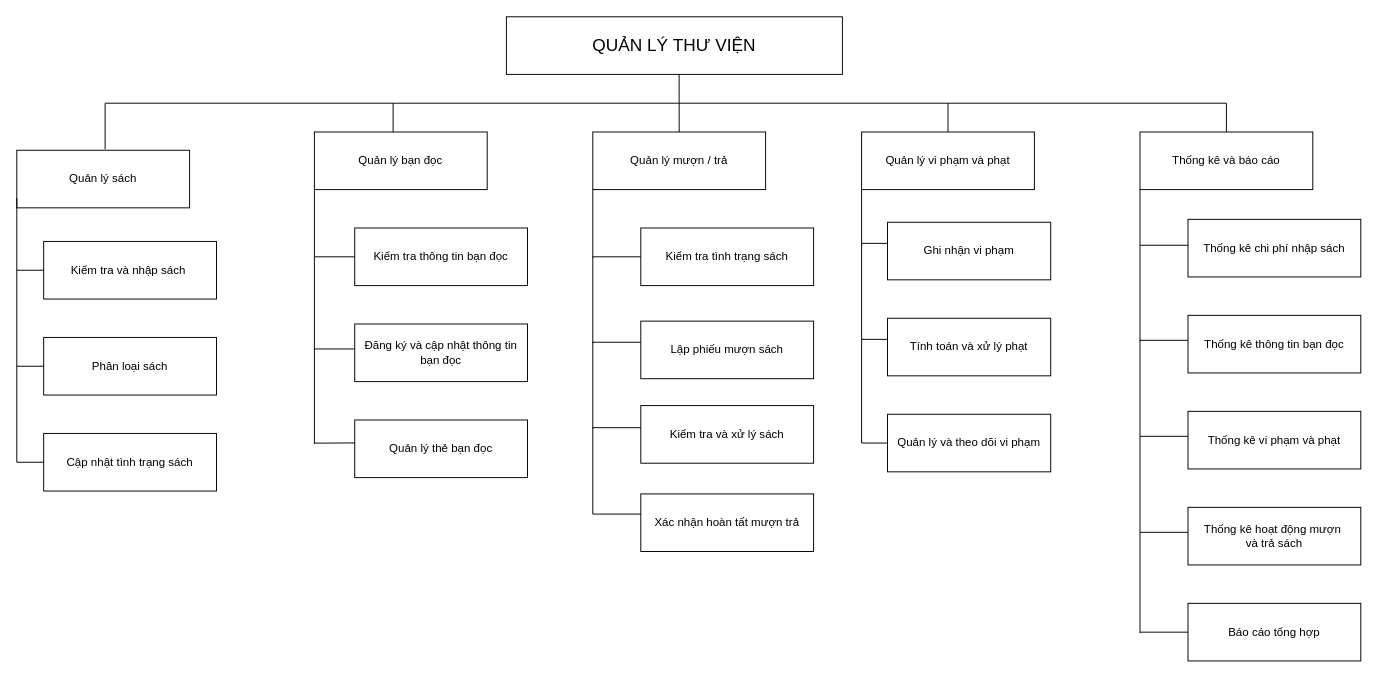
This is page "Phân cấp chức năng" (1 of 4) of Đồ án nhóm 1.drawio from Nguyenquynh235/DoAnNhom1, a draw.io file, before an edit. Source tidied: cells renumbered, new cells numbered last; positions are measured from the earlier drawing's top-left corner, leaving out a move shared by most shapes. Both pictures are drawn from the tidied source at 96%, with x=0, y=0 at pixel (16, 16).
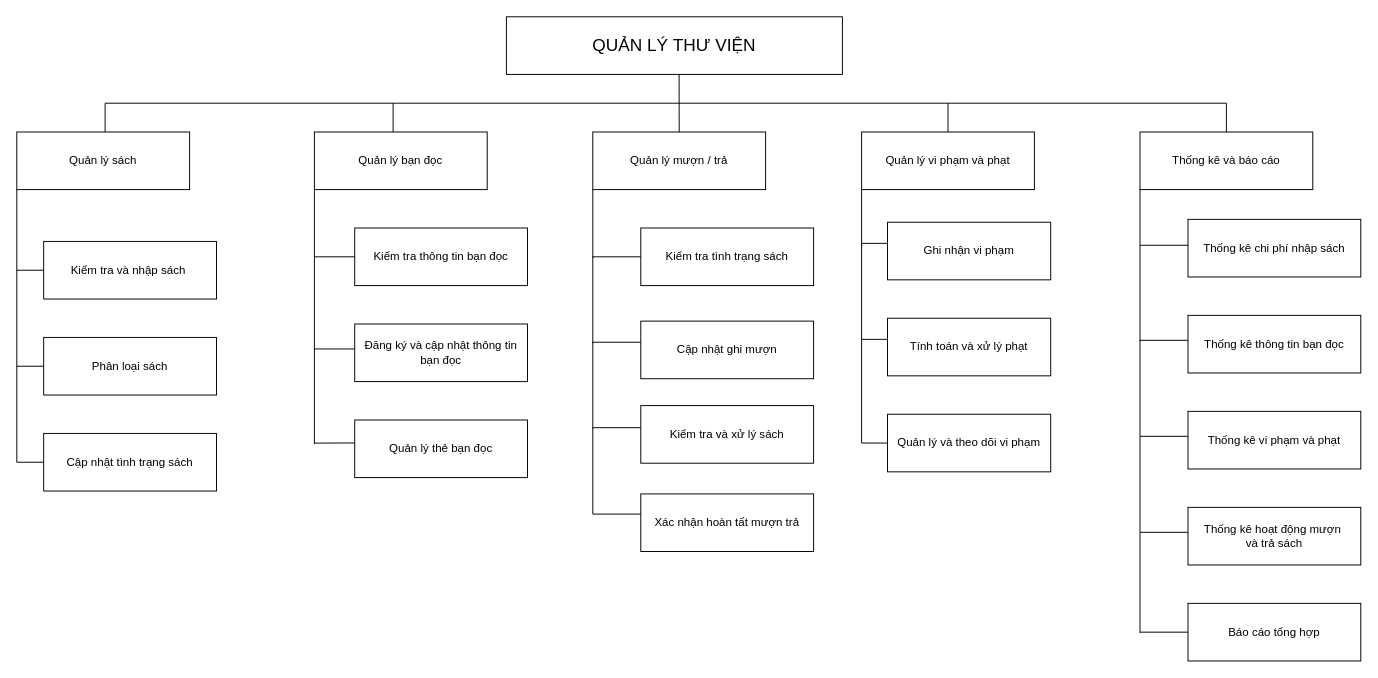
After the change.

The edit, as a diff of the source:
```diff
@@
     <mxCell id="7" value="Quản lý sách" style="rounded=0;whiteSpace=wrap;html=1;" parent="1" vertex="1">
-      <mxGeometry y="139" width="180" height="60" as="geometry" />
+      <mxGeometry y="120" width="180" height="60" as="geometry" />
     </mxCell>
@@
-    <mxCell id="14" value="Lập phiếu mượn sách" style="rounded=0;whiteSpace=wrap;html=1;" parent="1" vertex="1">
+    <mxCell id="14" value="Cập nhật ghi mượn" style="rounded=0;whiteSpace=wrap;html=1;" parent="1" vertex="1">
       <mxGeometry x="650" y="317" width="180" height="60" as="geometry" />
     </mxCell>
@@
-    <mxCell id="21" style="endArrow=none;html=1;rounded=0;" parent="1" edge="1">
+    <mxCell id="21" style="endArrow=none;html=1;rounded=0;exitX=0;exitY=1;exitDx=0;exitDy=0;" parent="1" edge="1" source="7">
       <mxGeometry relative="1" as="geometry">
-        <mxPoint y="189" as="sourcePoint" />
         <mxPoint y="464" as="targetPoint" />
       </mxGeometry>
     </mxCell>
@@
     <mxCell id="39" style="endArrow=none;html=1;rounded=0;" parent="1" edge="1">
       <mxGeometry relative="1" as="geometry">
-        <mxPoint x="92" y="138" as="sourcePoint" />
+        <mxPoint x="92" y="120" as="sourcePoint" />
         <mxPoint x="92" y="90" as="targetPoint" />
       </mxGeometry>
     </mxCell>
```
